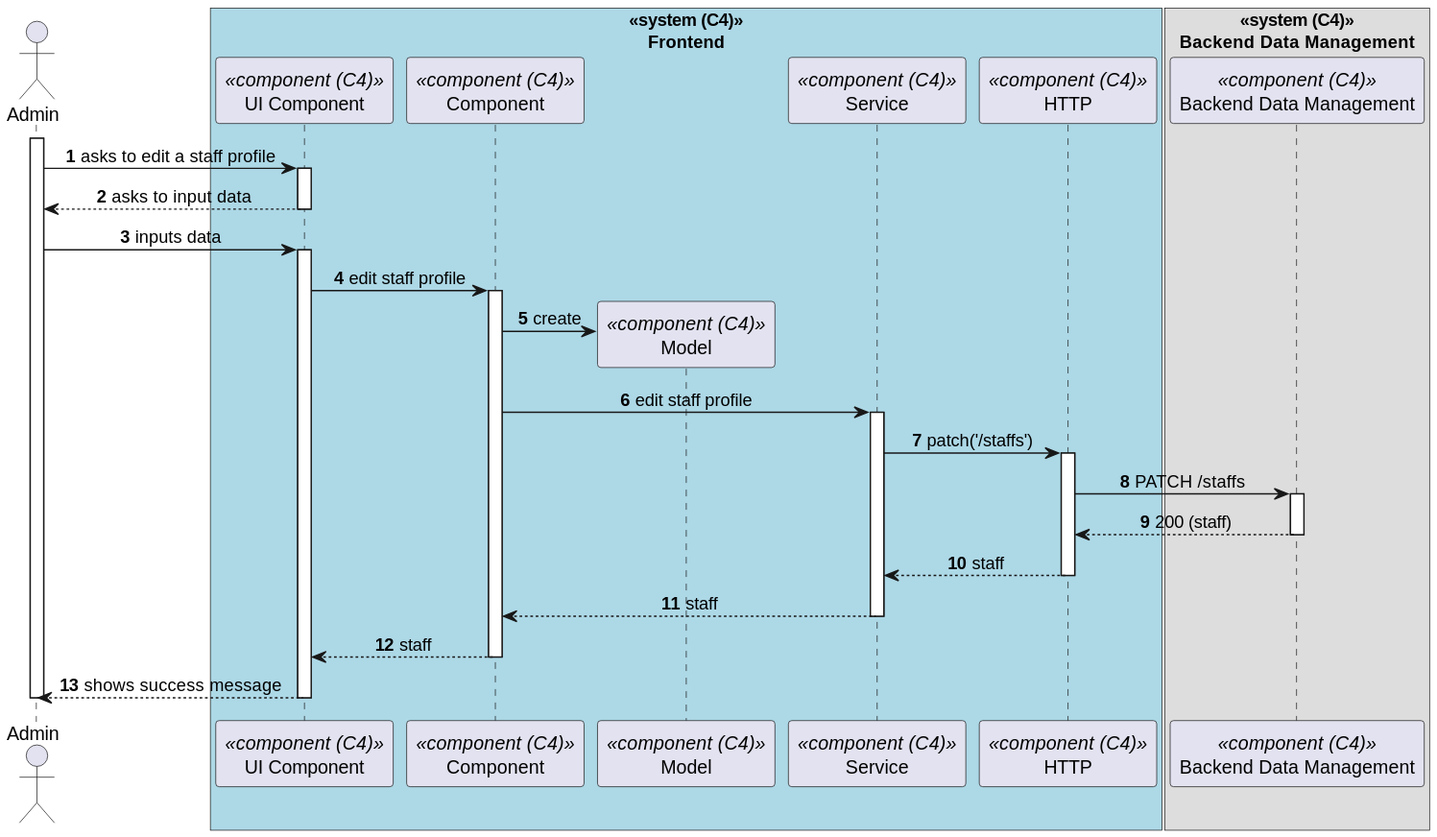
Before: docs/sprint-b/us-6.2.11/views/level3/process-view.svg, a diagram exported from PlantUML (1220846/sem5pi-24-25-3ddg20).
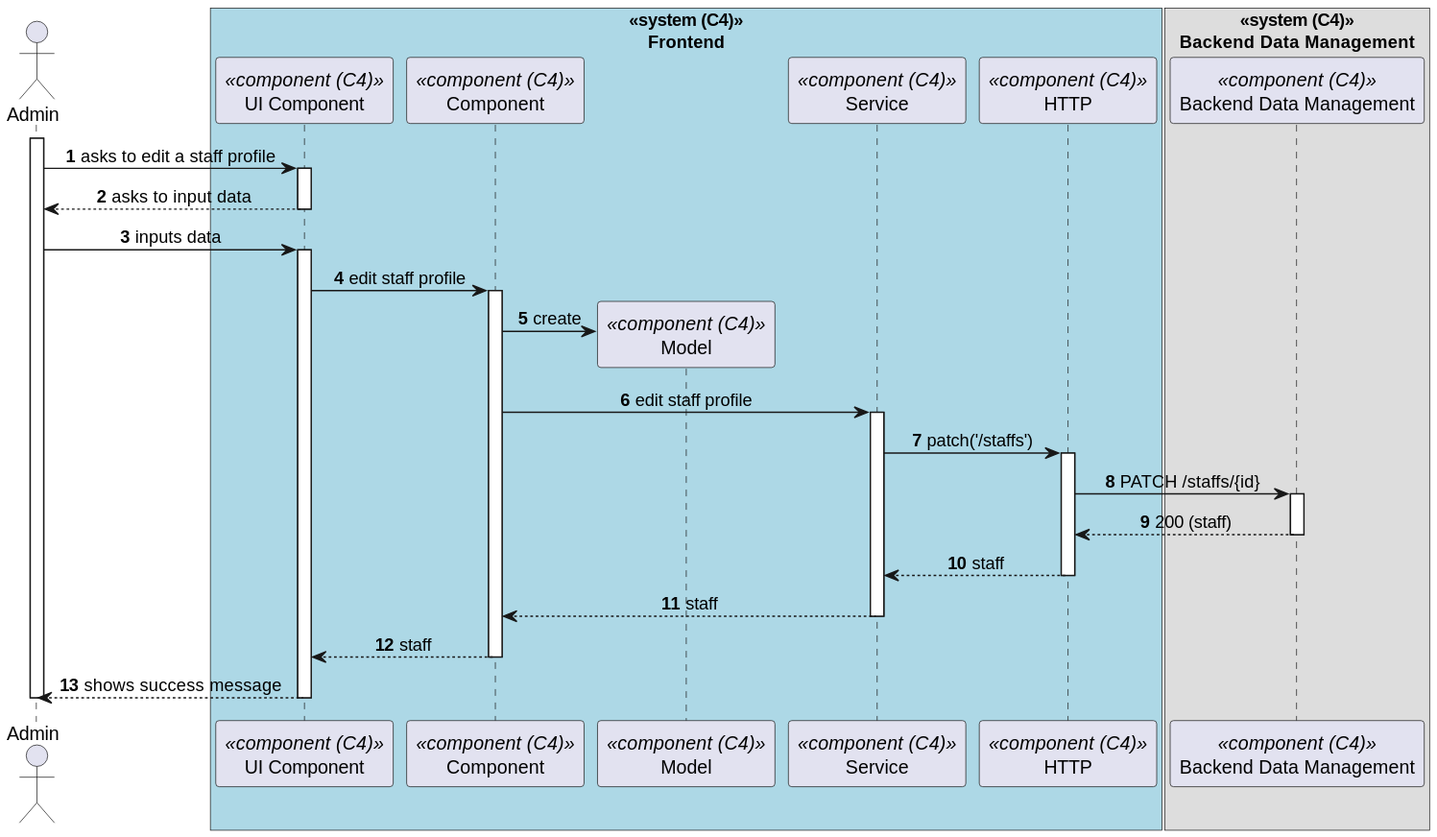
The same diagram one commit later.

Diff of the diagram source:
```diff
@@ -28,7 +28,7 @@
             activate SRV
                 SRV -> HTTP : patch('/staffs')
                 activate HTTP
-                    HTTP -> BackendDataManagement : PATCH /staffs
+                    HTTP -> BackendDataManagement : PATCH /staffs/{id}
                     activate BackendDataManagement
                         BackendDataManagement --> HTTP : 200 (staff)
                     deactivate BackendDataManagement
```
